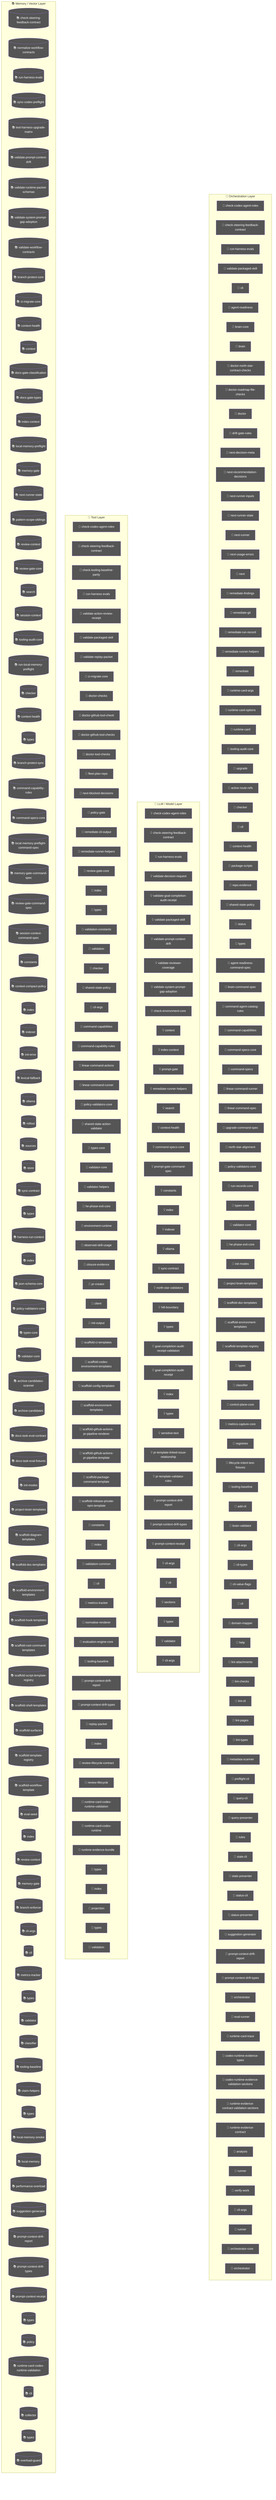
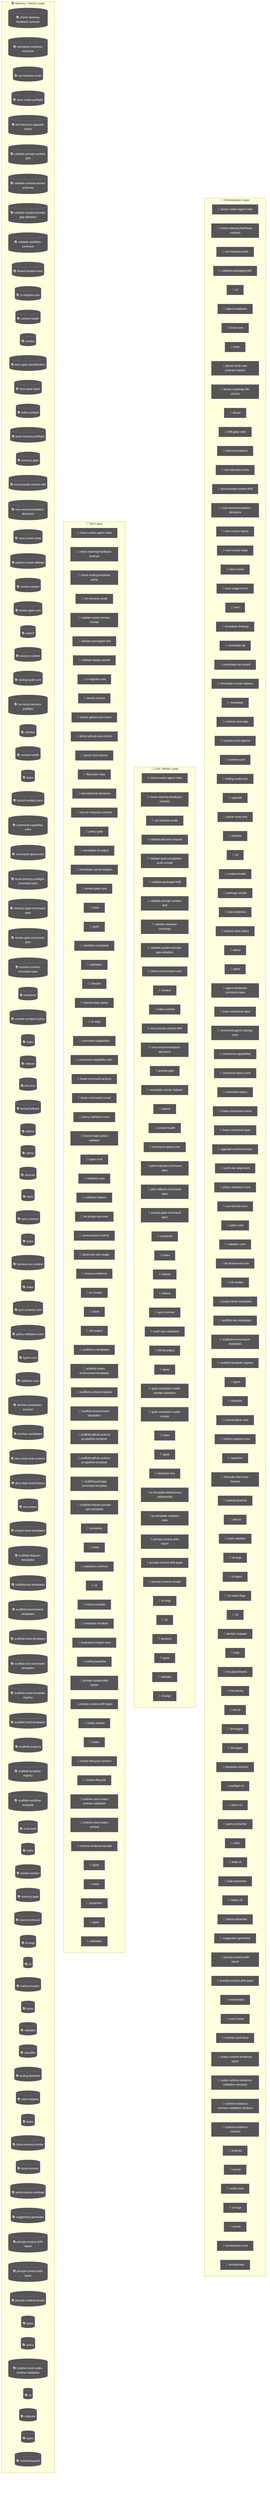
flowchart TD
  subgraph Orchestration["🎯 Orchestration Layer"]
    node_agent_mmd_orchestration_layer_orchestration_chec_7a9f0b64["🤖 check-codex-agent-roles"]
    node_agent_mmd_orchestration_layer_orchestration_chec_7fd47f5c["🤖 check-steering-feedback-contract"]
    node_agent_mmd_orchestration_layer_orchestration_run__18817957["🤖 run-harness-evals"]
    node_agent_mmd_orchestration_layer_orchestration_vali_c01b04be["🤖 validate-packaged-skill"]
    cli_99bb8840["🤖 cli"]
    agent_readiness_c82c68e6["🤖 agent-readiness"]
    brain_core_aa07c380["🤖 brain-core"]
    brain_bbbf7a64["🤖 brain"]
    doctor_north_star_contract_checks_0048124c["🤖 doctor-north-star-contract-checks"]
    doctor_roadmap_file_checks_14447b8e["🤖 doctor-roadmap-file-checks"]
    doctor_72f4be89["🤖 doctor"]
    drift_gate_rules_9685e72d["🤖 drift-gate-rules"]
+     next_cli_evidence_2385bd04["🤖 next-cli-evidence"]
    next_decision_meta_c58bc91b["🤖 next-decision-meta"]
-     next_recommendation_decisions_03315dd4["🤖 next-recommendation-decisions"]
+     node_agent_mmd_orchestration_layer_orchestration_next_bd28cb25["🤖 next-prompt-context-drift"]
+     node_agent_mmd_orchestration_layer_orchestration_next_2419fcae["🤖 next-recommendation-decisions"]
    next_runner_inputs_754dba64["🤖 next-runner-inputs"]
    node_agent_mmd_orchestration_layer_orchestration_next_5393fba1["🤖 next-runner-state"]
    next_runner_41643472["🤖 next-runner"]
    next_usage_errors_837a345a["🤖 next-usage-errors"]
    next_c6c1c9a9["🤖 next"]
    remediate_findings_8b09c8c6["🤖 remediate-findings"]
    remediate_git_58c6f6f4["🤖 remediate-git"]
    remediate_run_record_9dfe5dc1["🤖 remediate-run-record"]
    node_agent_mmd_orchestration_layer_orchestration_reme_359fe98f["🤖 remediate-runner-helpers"]
    remediate_06b9c7fc["🤖 remediate"]
    runtime_card_args_2b3d4b28["🤖 runtime-card-args"]
    runtime_card_options_c9156ad5["🤖 runtime-card-options"]
    runtime_card_e06b53e1["🤖 runtime-card"]
    node_agent_mmd_orchestration_layer_orchestration_tool_acfe0c01["🤖 tooling-audit-core"]
    upgrade_7fef9479["🤖 upgrade"]
    active_route_refs_d7a46846["🤖 active-route-refs"]
    node_agent_mmd_orchestration_layer_orchestration_chec_0550c395["🤖 checker"]
    cli_1_084e05fe["🤖 cli"]
    node_agent_mmd_orchestration_layer_orchestration_cont_61b3b9c9["🤖 context-health"]
    package_scripts_3ee6150f["🤖 package-scripts"]
    repo_evidence_38bb1de5["🤖 repo-evidence"]
    node_agent_mmd_orchestration_layer_orchestration_shar_724ef5f0["🤖 shared-state-policy"]
    status_073c1634["🤖 status"]
    node_agent_mmd_orchestration_layer_orchestration_type_4f906dcc["🤖 types"]
    agent_readiness_command_spec_a30c2c1e["🤖 agent-readiness-command-spec"]
    brain_command_spec_15b122d5["🤖 brain-command-spec"]
    command_agent_catalog_rules_8e06b2af["🤖 command-agent-catalog-rules"]
    node_agent_mmd_orchestration_layer_orchestration_comm_6e41a7f7["🤖 command-capabilities"]
    node_agent_mmd_orchestration_layer_orchestration_comm_1f8cc24c["🤖 command-specs-core"]
    command_specs_69167c63["🤖 command-specs"]
    node_agent_mmd_orchestration_layer_orchestration_line_b67affd5["🤖 linear-command-runner"]
    linear_command_spec_1e12dd44["🤖 linear-command-spec"]
    upgrade_command_spec_03f6c7bd["🤖 upgrade-command-spec"]
    north_star_alignment_00440188["🤖 north-star-alignment"]
    node_agent_mmd_orchestration_layer_orchestration_poli_3270b55d["🤖 policy-validators-core"]
    run_records_core_89286dfa["🤖 run-records-core"]
    node_agent_mmd_orchestration_layer_orchestration_type_7cf81261["🤖 types-core"]
    node_agent_mmd_orchestration_layer_orchestration_vali_d9fe99e6["🤖 validator-core"]
    node_agent_mmd_orchestration_layer_orchestration_he_p_fc778c24["🤖 he-phase-exit-core"]
    node_agent_mmd_orchestration_layer_orchestration_init_2a9c3ecb["🤖 init-modes"]
    node_agent_mmd_orchestration_layer_orchestration_proj_6ab6f60f["🤖 project-brain-templates"]
    node_agent_mmd_orchestration_layer_orchestration_scaf_12cc07db["🤖 scaffold-doc-templates"]
    node_agent_mmd_orchestration_layer_orchestration_scaf_c9a90c2f["🤖 scaffold-environment-templates"]
    node_agent_mmd_orchestration_layer_orchestration_scaf_ff8f92f6["🤖 scaffold-template-registry"]
-     types_16_0fae1112["🤖 types"]
+     types_17_ed30531c["🤖 types"]
    node_agent_mmd_orchestration_layer_orchestration_clas_899b821a["🤖 classifier"]
    control_plane_core_db3b4cb2["🤖 control-plane-core"]
    metrics_capture_core_db4bf7cf["🤖 metrics-capture-core"]
    registries_06402afa["🤖 registries"]
    lifecycle_intent_test_fixtures_a53c7ada["🤖 lifecycle-intent-test-fixtures"]
    node_agent_mmd_orchestration_layer_orchestration_tool_cc43149f["🤖 tooling-baseline"]
    add_cli_7614de25["🤖 add-cli"]
    brain_validator_be251832["🤖 brain-validator"]
    cli_args_8_d546936e["🤖 cli-args"]
    cli_types_1686e858["🤖 cli-types"]
    cli_value_flags_732a8e43["🤖 cli-value-flags"]
    cli_10_35dc8cbd["🤖 cli"]
    domain_mapper_cd9333d2["🤖 domain-mapper"]
    help_106a5842["🤖 help"]
    lint_attachments_873c0632["🤖 lint-attachments"]
    lint_checks_83522b19["🤖 lint-checks"]
    lint_cli_9ec62ec0["🤖 lint-cli"]
    lint_pages_e33301d0["🤖 lint-pages"]
    lint_types_2862c255["🤖 lint-types"]
    metadata_scanner_6a101b66["🤖 metadata-scanner"]
    preflight_cli_5d148379["🤖 preflight-cli"]
    query_cli_b95be64d["🤖 query-cli"]
    query_presenter_02e6077c["🤖 query-presenter"]
    rules_6c621d1a["🤖 rules"]
    stale_cli_64548720["🤖 stale-cli"]
    stale_presenter_1de4e3a2["🤖 stale-presenter"]
    status_cli_4c24a0d6["🤖 status-cli"]
    status_presenter_8de686c1["🤖 status-presenter"]
    node_agent_mmd_orchestration_layer_orchestration_sugg_85c5ebe3["🤖 suggestion-generator"]
    node_agent_mmd_orchestration_layer_orchestration_prom_d17b4de2["🤖 prompt-context-drift-report"]
    node_agent_mmd_orchestration_layer_orchestration_prom_77088997["🤖 prompt-context-drift-types"]
    orchestrator_11376b7e["🤖 orchestrator"]
    eval_runner_0966a6b3["🤖 eval-runner"]
    runtime_card_trace_64a5ca95["🤖 runtime-card-trace"]
    codex_runtime_evidence_types_f55808dd["🤖 codex-runtime-evidence-types"]
    codex_runtime_evidence_validation_sections_6d236b4a["🤖 codex-runtime-evidence-validation-sections"]
    runtime_evidence_contract_validation_sections_1779ca7c["🤖 runtime-evidence-contract-validation-sections"]
    runtime_evidence_contract_0f7b15b2["🤖 runtime-evidence-contract"]
    analysis_f44e85c4["🤖 analysis"]
    runner_527aa9f4["🤖 runner"]
    verify_work_1_cd8e7ec3["🤖 verify-work"]
    cli_args_14_3481043e["🤖 cli-args"]
    runner_1_6f281bf8["🤖 runner"]
    orchestrator_core_d0678b53["🤖 orchestrator-core"]
    orchestrator_1_6b7137c5["🤖 orchestrator"]
  end
  subgraph LLMLayer["🧠 LLM / Model Layer"]
    node_agent_mmd_llm_model_layer_llmlayer_check_codex_a_29e7b7fa["💡 check-codex-agent-roles"]
    node_agent_mmd_llm_model_layer_llmlayer_check_steerin_0e1bf90d["💡 check-steering-feedback-contract"]
    node_agent_mmd_llm_model_layer_llmlayer_run_harness_e_603fcfdc["💡 run-harness-evals"]
    validate_decision_request_2e5c325e["💡 validate-decision-request"]
    validate_goal_completion_audit_receipt_100d252c["💡 validate-goal-completion-audit-receipt"]
    node_agent_mmd_llm_model_layer_llmlayer_validate_pack_2a12e1f4["💡 validate-packaged-skill"]
    node_agent_mmd_llm_model_layer_llmlayer_validate_prom_9880f764["💡 validate-prompt-context-drift"]
    validate_reviewer_coverage_251efee3["💡 validate-reviewer-coverage"]
    node_agent_mmd_llm_model_layer_llmlayer_validate_syst_5636156e["💡 validate-system-prompt-gap-adoption"]
    check_environment_core_2c16213f["💡 check-environment-core"]
    node_agent_mmd_llm_model_layer_llmlayer_context_conte_ad2dfbd9["💡 context"]
    node_agent_mmd_llm_model_layer_llmlayer_index_context_1041bd11["💡 index-context"]
+     node_agent_mmd_llm_model_layer_llmlayer_next_prompt_c_bdfb9c8c["💡 next-prompt-context-drift"]
+     node_agent_mmd_llm_model_layer_llmlayer_next_recommen_b2930791["💡 next-recommendation-decisions"]
    prompt_gate_c5e9d207["💡 prompt-gate"]
    node_agent_mmd_llm_model_layer_llmlayer_remediate_run_9e3d4585["💡 remediate-runner-helpers"]
    node_agent_mmd_llm_model_layer_llmlayer_search_search_66b9a911["💡 search"]
    node_agent_mmd_llm_model_layer_llmlayer_context_healt_cfc0bfa8["💡 context-health"]
    node_agent_mmd_llm_model_layer_llmlayer_command_specs_782af9fa["💡 command-specs-core"]
+     pilot_evaluate_command_spec_1084ea72["💡 pilot-evaluate-command-spec"]
+     pilot_rollback_command_spec_4fe69f7d["💡 pilot-rollback-command-spec"]
    prompt_gate_command_spec_9a941482["💡 prompt-gate-command-spec"]
    node_agent_mmd_llm_model_layer_llmlayer_constants_con_c9bd3f6c["💡 constants"]
    node_agent_mmd_llm_model_layer_llmlayer_index_index_1_02e160ff["💡 index"]
    node_agent_mmd_llm_model_layer_llmlayer_indexer_index_4f4deef5["💡 indexer"]
    node_agent_mmd_llm_model_layer_llmlayer_ollama_ollama_968b23fa["💡 ollama"]
    node_agent_mmd_llm_model_layer_llmlayer_sync_contract_9f3cc8c1["💡 sync-contract"]
    north_star_validators_cfc926ce["💡 north-star-validators"]
    hilt_boundary_9b36fb15["💡 hilt-boundary"]
    types_10_75e5a4a0["💡 types"]
    goal_completion_audit_receipt_validation_9d0f4891["💡 goal-completion-audit-receipt-validation"]
    goal_completion_audit_receipt_5e4939c3["💡 goal-completion-audit-receipt"]
    index_5_522f772a["💡 index"]
    node_agent_mmd_llm_model_layer_llmlayer_constants_con_c9bd3f6c["💡 constants"]
-     types_17_ed30531c["💡 types"]
+     types_18_37582e2a["💡 types"]
    sensitive_text_7c11f760["💡 sensitive-text"]
    pr_template_linked_issue_relationship_a7b61f2c["💡 pr-template-linked-issue-relationship"]
    pr_template_validator_rules_20a32d6b["💡 pr-template-validator-rules"]
    node_agent_mmd_llm_model_layer_llmlayer_index_index_1_02e160ff["💡 index"]
    node_agent_mmd_llm_model_layer_llmlayer_prompt_contex_81f9066a["💡 prompt-context-drift-report"]
    node_agent_mmd_llm_model_layer_llmlayer_prompt_contex_e5066b88["💡 prompt-context-drift-types"]
    node_agent_mmd_llm_model_layer_llmlayer_index_index_1_02e160ff["💡 index"]
    node_agent_mmd_llm_model_layer_llmlayer_prompt_contex_6426acc2["💡 prompt-context-receipt"]
    cli_args_9_9c136878["💡 cli-args"]
    cli_11_338a8415["💡 cli"]
    sections_4697ef32["💡 sections"]
-     types_27_4d134744["💡 types"]
+     types_28_4476fcc6["💡 types"]
    validator_7_f836eb0e["💡 validator"]
    cli_args_10_861cdd3f["💡 cli-args"]
  end
  subgraph ToolLayer["🔧 Tool Layer"]
    node_agent_mmd_tool_layer_toollayer_check_codex_agent_4b361d5a["🔧 check-codex-agent-roles"]
    node_agent_mmd_tool_layer_toollayer_check_steering_fe_eafecf3a["🔧 check-steering-feedback-contract"]
    check_tooling_baseline_parity_3124b30a["🔧 check-tooling-baseline-parity"]
    node_agent_mmd_tool_layer_toollayer_run_harness_evals_e2ee24f1["🔧 run-harness-evals"]
    validate_action_review_receipt_fa2f06c3["🔧 validate-action-review-receipt"]
    node_agent_mmd_tool_layer_toollayer_validate_packaged_2855c827["🔧 validate-packaged-skill"]
    validate_replay_packet_f309747e["🔧 validate-replay-packet"]
    node_agent_mmd_tool_layer_toollayer_ci_migrate_core_c_049f8460["🔧 ci-migrate-core"]
    doctor_checks_5a2eb2b9["🔧 doctor-checks"]
    doctor_github_tool_check_e0a938df["🔧 doctor-github-tool-check"]
    doctor_github_tool_checks_a53b0382["🔧 doctor-github-tool-checks"]
    doctor_tool_checks_4acac51a["🔧 doctor-tool-checks"]
    fleet_plan_repo_ecdc6499["🔧 fleet-plan-repo"]
    next_blocked_decisions_4140ad2b["🔧 next-blocked-decisions"]
+     next_pr_closeout_contract_af31d30a["🔧 next-pr-closeout-contract"]
    policy_gate_213f7313["🔧 policy-gate"]
    remediate_cli_output_cc165396["🔧 remediate-cli-output"]
    node_agent_mmd_tool_layer_toollayer_remediate_runner__c003b871["🔧 remediate-runner-helpers"]
    node_agent_mmd_tool_layer_toollayer_review_gate_core__7704598b["🔧 review-gate-core"]
    index_1bc04b52["🔧 index"]
    types_1_4ecdf56e["🔧 types"]
    validation_constants_e002a0f6["🔧 validation-constants"]
    validation_98c41dcd["🔧 validation"]
    node_agent_mmd_tool_layer_toollayer_checker_checker_2_453d593b["🔧 checker"]
    node_agent_mmd_tool_layer_toollayer_shared_state_poli_53734acd["🔧 shared-state-policy"]
    cli_args_1_6144b055["🔧 cli-args"]
    node_agent_mmd_tool_layer_toollayer_command_capabilit_7fe13db1["🔧 command-capabilities"]
    node_agent_mmd_tool_layer_toollayer_command_capabilit_e97a4615["🔧 command-capability-rules"]
    linear_command_actions_e430f4f4["🔧 linear-command-actions"]
    node_agent_mmd_tool_layer_toollayer_linear_command_ru_d6763748["🔧 linear-command-runner"]
    node_agent_mmd_tool_layer_toollayer_policy_validators_af136abf["🔧 policy-validators-core"]
    shared_state_action_validator_e7b128cd["🔧 shared-state-action-validator"]
    node_agent_mmd_tool_layer_toollayer_types_core_types__6c8319b6["🔧 types-core"]
    node_agent_mmd_tool_layer_toollayer_validator_core_va_6ef6131f["🔧 validator-core"]
    validator_helpers_7b927667["🔧 validator-helpers"]
    node_agent_mmd_tool_layer_toollayer_he_phase_exit_cor_af016160["🔧 he-phase-exit-core"]
    environment_runtime_3206f0a8["🔧 environment-runtime"]
    observed_skill_usage_ed7d5930["🔧 observed-skill-usage"]
    closure_evidence_aaa31467["🔧 closure-evidence"]
    pr_creator_dc6b1ea4["🔧 pr-creator"]
    client_948fe603["🔧 client"]
    init_output_360dce91["🔧 init-output"]
    scaffold_ci_templates_2afd6392["🔧 scaffold-ci-templates"]
    scaffold_codex_environment_templates_334fbbed["🔧 scaffold-codex-environment-templates"]
    scaffold_config_templates_4b80ce53["🔧 scaffold-config-templates"]
    node_agent_mmd_tool_layer_toollayer_scaffold_environm_c1afc013["🔧 scaffold-environment-templates"]
    scaffold_github_actions_pr_pipeline_renderer_1ee18de5["🔧 scaffold-github-actions-pr-pipeline-renderer"]
    scaffold_github_actions_pr_pipeline_template_e2b85f62["🔧 scaffold-github-actions-pr-pipeline-template"]
    scaffold_package_command_template_80e32e83["🔧 scaffold-package-command-template"]
    scaffold_release_private_npm_template_075499f8["🔧 scaffold-release-private-npm-template"]
    node_agent_mmd_tool_layer_toollayer_constants_constan_9d71b829["🔧 constants"]
    index_9_32dd4d91["🔧 index"]
    validation_common_6161e48b["🔧 validation-common"]
    node_agent_mmd_tool_layer_toollayer_cli_cli_2_1_32d9eeaf["🔧 cli"]
    node_agent_mmd_tool_layer_toollayer_metrics_tracker_m_4c9237d8["🔧 metrics-tracker"]
    normalise_renderer_85f2e563["🔧 normalise-renderer"]
    evaluation_engine_core_e054fe49["🔧 evaluation-engine-core"]
    node_agent_mmd_tool_layer_toollayer_tooling_baseline__61e66e9f["🔧 tooling-baseline"]
    node_agent_mmd_tool_layer_toollayer_prompt_context_dr_a2772f2b["🔧 prompt-context-drift-report"]
    node_agent_mmd_tool_layer_toollayer_prompt_context_dr_bd82da46["🔧 prompt-context-drift-types"]
    replay_packet_a1293f88["🔧 replay-packet"]
    index_14_d982116c["🔧 index"]
    review_lifecycle_contract_e5447221["🔧 review-lifecycle-contract"]
    review_lifecycle_89afa64c["🔧 review-lifecycle"]
    node_agent_mmd_tool_layer_toollayer_runtime_card_code_3636ceac["🔧 runtime-card-codex-runtime-validation"]
    runtime_card_codex_runtime_0655e230["🔧 runtime-card-codex-runtime"]
    runtime_evidence_bundle_d471a232["🔧 runtime-evidence-bundle"]
-     types_36_674380ec["🔧 types"]
+     types_37_32ccf9f9["🔧 types"]
    index_17_642943a2["🔧 index"]
    projection_1b250ea1["🔧 projection"]
-     types_38_e8efcd57["🔧 types"]
-     validation_7_c4e6d8b6["🔧 validation"]
+     types_39_d07de160["🔧 types"]
+     validation_8_b9fa10af["🔧 validation"]
  end
  subgraph MemoryLayer["📚 Memory / Vector Layer"]
    node_agent_mmd_memory_vector_layer_memorylayer_check__64c86928[("📚 check-steering-feedback-contract")]
    normalize_workflow_contracts_8701f1c8[("📚 normalize-workflow-contracts")]
    node_agent_mmd_memory_vector_layer_memorylayer_run_ha_5b637d0d[("📚 run-harness-evals")]
    sync_codex_preflight_7e7a8dc2[("📚 sync-codex-preflight")]
    test_harness_upgrade_matrix_84113c4e[("📚 test-harness-upgrade-matrix")]
    node_agent_mmd_memory_vector_layer_memorylayer_valida_c52c4db8[("📚 validate-prompt-context-drift")]
    validate_runtime_packet_schemas_bc3ba8ec[("📚 validate-runtime-packet-schemas")]
    node_agent_mmd_memory_vector_layer_memorylayer_valida_db599a97[("📚 validate-system-prompt-gap-adoption")]
    validate_workflow_contracts_33dc063c[("📚 validate-workflow-contracts")]
    branch_protect_core_a8feb0fd[("📚 branch-protect-core")]
    node_agent_mmd_memory_vector_layer_memorylayer_ci_mig_0cd5b1a4[("📚 ci-migrate-core")]
    context_health_80bb7da9[("📚 context-health")]
    node_agent_mmd_memory_vector_layer_memorylayer_contex_78ceaaa9[("📚 context")]
    docs_gate_classification_2f51c90b[("📚 docs-gate-classification")]
    docs_gate_types_d285abb6[("📚 docs-gate-types")]
    node_agent_mmd_memory_vector_layer_memorylayer_index__6f3402d0[("📚 index-context")]
    local_memory_preflight_dcc36c42[("📚 local-memory-preflight")]
    memory_gate_a577a506[("📚 memory-gate")]
+     node_agent_mmd_memory_vector_layer_memorylayer_next_p_25a3d4ff[("📚 next-prompt-context-drift")]
+     node_agent_mmd_memory_vector_layer_memorylayer_next_r_ef64c9f9[("📚 next-recommendation-decisions")]
    node_agent_mmd_memory_vector_layer_memorylayer_next_r_7feb80cc[("📚 next-runner-state")]
    pattern_scope_siblings_43abe000[("📚 pattern-scope-siblings")]
    review_context_ca6cf81d[("📚 review-context")]
    node_agent_mmd_memory_vector_layer_memorylayer_review_5bee9816[("📚 review-gate-core")]
    node_agent_mmd_memory_vector_layer_memorylayer_search_ac35cb7e[("📚 search")]
    session_context_e5ec72c0[("📚 session-context")]
    node_agent_mmd_memory_vector_layer_memorylayer_toolin_a1185b8f[("📚 tooling-audit-core")]
    run_local_memory_preflight_36e92808[("📚 run-local-memory-preflight")]
    node_agent_mmd_memory_vector_layer_memorylayer_checke_a583eb4f[("📚 checker")]
    node_agent_mmd_memory_vector_layer_memorylayer_contex_3204aa0e[("📚 context-health")]
    node_agent_mmd_memory_vector_layer_memorylayer_types__9ad640a0[("📚 types")]
    branch_protect_sync_570adb18[("📚 branch-protect-sync")]
    node_agent_mmd_memory_vector_layer_memorylayer_comman_c72a5d05[("📚 command-capability-rules")]
    node_agent_mmd_memory_vector_layer_memorylayer_comman_111eb454[("📚 command-specs-core")]
    local_memory_preflight_command_spec_9e23f3ce[("📚 local-memory-preflight-command-spec")]
    memory_gate_command_spec_dc9001a9[("📚 memory-gate-command-spec")]
    review_gate_command_spec_3187376a[("📚 review-gate-command-spec")]
    session_context_command_spec_973afbb1[("📚 session-context-command-spec")]
    node_agent_mmd_memory_vector_layer_memorylayer_consta_702d3f46[("📚 constants")]
    context_compact_policy_3dcaf95d[("📚 context-compact-policy")]
    node_agent_mmd_memory_vector_layer_memorylayer_index__752bc61e[("📚 index")]
    node_agent_mmd_memory_vector_layer_memorylayer_indexe_93e6d86f[("📚 indexer")]
    init_error_5c7dd49f[("📚 init-error")]
    lexical_fallback_723e2b3e[("📚 lexical-fallback")]
    node_agent_mmd_memory_vector_layer_memorylayer_ollama_6d51be16[("📚 ollama")]
    rollout_a4fa034c[("📚 rollout")]
    sources_878a52fc[("📚 sources")]
    store_824d80d7[("📚 store")]
    node_agent_mmd_memory_vector_layer_memorylayer_sync_c_e43418bc[("📚 sync-contract")]
    types_8_f6283648[("📚 types")]
    harness_run_context_ac7c77a9[("📚 harness-run-context")]
    index_4_013aa0e3[("📚 index")]
    json_schema_core_96d7e328[("📚 json-schema-core")]
    node_agent_mmd_memory_vector_layer_memorylayer_policy_1944de42[("📚 policy-validators-core")]
    node_agent_mmd_memory_vector_layer_memorylayer_types__83f369fa[("📚 types-core")]
    node_agent_mmd_memory_vector_layer_memorylayer_valida_41034356[("📚 validator-core")]
    archive_candidates_scanner_d0931789[("📚 archive-candidates-scanner")]
    archive_candidates_dc0e40e1[("📚 archive-candidates")]
    docs_task_eval_contract_79347457[("📚 docs-task-eval-contract")]
    docs_task_eval_fixtures_44902755[("📚 docs-task-eval-fixtures")]
    node_agent_mmd_memory_vector_layer_memorylayer_init_m_333d02c5[("📚 init-modes")]
    node_agent_mmd_memory_vector_layer_memorylayer_projec_3ae304d9[("📚 project-brain-templates")]
    scaffold_diagram_templates_dd88e83c[("📚 scaffold-diagram-templates")]
    node_agent_mmd_memory_vector_layer_memorylayer_scaffo_5fd73b94[("📚 scaffold-doc-templates")]
    node_agent_mmd_memory_vector_layer_memorylayer_scaffo_12b42341[("📚 scaffold-environment-templates")]
    scaffold_hook_templates_8c74ab50[("📚 scaffold-hook-templates")]
    scaffold_root_command_templates_404fed7f[("📚 scaffold-root-command-templates")]
    scaffold_script_template_registry_69312d4e[("📚 scaffold-script-template-registry")]
    scaffold_shell_templates_0ad0f915[("📚 scaffold-shell-templates")]
    scaffold_surfaces_12d6494e[("📚 scaffold-surfaces")]
    node_agent_mmd_memory_vector_layer_memorylayer_scaffo_a86eece1[("📚 scaffold-template-registry")]
    scaffold_workflow_template_92310587[("📚 scaffold-workflow-template")]
    eval_seed_5699fd3e[("📚 eval-seed")]
    index_10_f6785a46[("📚 index")]
    review_context_1_e3afed15[("📚 review-context")]
    memory_gate_1_265164ac[("📚 memory-gate")]
    branch_enforcer_acb749cd[("📚 branch-enforcer")]
    cli_args_5_09ea29f0[("📚 cli-args")]
    node_agent_mmd_memory_vector_layer_memorylayer_cli_cl_1f1f89ab[("📚 cli")]
    node_agent_mmd_memory_vector_layer_memorylayer_metric_12562178[("📚 metrics-tracker")]
-     types_19_eb4ad5f0[("📚 types")]
+     types_20_071a0112[("📚 types")]
    validator_5_b19ac2be[("📚 validator")]
    node_agent_mmd_memory_vector_layer_memorylayer_classi_1ebbf5ff[("📚 classifier")]
    node_agent_mmd_memory_vector_layer_memorylayer_toolin_14f86b00[("📚 tooling-baseline")]
    claim_helpers_20dc8387[("📚 claim-helpers")]
-     types_24_c63dc1a7[("📚 types")]
+     types_25_89d086aa[("📚 types")]
    local_memory_smoke_1175abfc[("📚 local-memory-smoke")]
    local_memory_0db17ecc[("📚 local-memory")]
    performance_overload_c685bfcf[("📚 performance-overload")]
    node_agent_mmd_memory_vector_layer_memorylayer_sugges_267f408d[("📚 suggestion-generator")]
    node_agent_mmd_memory_vector_layer_memorylayer_index__752bc61e[("📚 index")]
    node_agent_mmd_memory_vector_layer_memorylayer_prompt_ae34fc43[("📚 prompt-context-drift-report")]
    node_agent_mmd_memory_vector_layer_memorylayer_prompt_efd77624[("📚 prompt-context-drift-types")]
    node_agent_mmd_memory_vector_layer_memorylayer_index__752bc61e[("📚 index")]
    node_agent_mmd_memory_vector_layer_memorylayer_prompt_55c0d605[("📚 prompt-context-receipt")]
-     types_31_eb363e20[("📚 types")]
+     types_32_bfe791ff[("📚 types")]
    policy_1_fc4198db[("📚 policy")]
    node_agent_mmd_memory_vector_layer_memorylayer_runtim_a5d23e7f[("📚 runtime-card-codex-runtime-validation")]
    cli_12_01c06c37[("📚 cli")]
    collector_0736fd5b[("📚 collector")]
-     types_34_85e6a0bb[("📚 types")]
+     types_35_93e66c64[("📚 types")]
    overload_guard_2748c559[("📚 overload-guard")]
  end
  classDef agentNode fill:#555,color:#fff
-   class node_agent_mmd_orchestration_layer_orchestration_chec_7a9f0b64,node_agent_mmd_llm_model_layer_llmlayer_check_codex_a_29e7b7fa,node_agent_mmd_tool_layer_toollayer_check_codex_agent_4b361d5a,node_agent_mmd_orchestration_layer_orchestration_chec_7fd47f5c,node_agent_mmd_llm_model_layer_llmlayer_check_steerin_0e1bf90d,node_agent_mmd_tool_layer_toollayer_check_steering_fe_eafecf3a,node_agent_mmd_memory_vector_layer_memorylayer_check__64c86928,node_agent_mmd_orchestration_layer_orchestration_run__18817957,node_agent_mmd_llm_model_layer_llmlayer_run_harness_e_603fcfdc,node_agent_mmd_tool_layer_toollayer_run_harness_evals_e2ee24f1,node_agent_mmd_memory_vector_layer_memorylayer_run_ha_5b637d0d,node_agent_mmd_orchestration_layer_orchestration_vali_c01b04be,node_agent_mmd_llm_model_layer_llmlayer_validate_pack_2a12e1f4,node_agent_mmd_tool_layer_toollayer_validate_packaged_2855c827,cli_99bb8840,agent_readiness_c82c68e6,brain_core_aa07c380,brain_bbbf7a64,doctor_north_star_contract_checks_0048124c,doctor_roadmap_file_checks_14447b8e,doctor_72f4be89,drift_gate_rules_9685e72d,next_decision_meta_c58bc91b,next_recommendation_decisions_03315dd4,next_runner_inputs_754dba64,node_agent_mmd_orchestration_layer_orchestration_next_5393fba1,node_agent_mmd_memory_vector_layer_memorylayer_next_r_7feb80cc,next_runner_41643472,next_usage_errors_837a345a,next_c6c1c9a9,remediate_findings_8b09c8c6,remediate_git_58c6f6f4,remediate_run_record_9dfe5dc1,node_agent_mmd_orchestration_layer_orchestration_reme_359fe98f,node_agent_mmd_llm_model_layer_llmlayer_remediate_run_9e3d4585,node_agent_mmd_tool_layer_toollayer_remediate_runner__c003b871,remediate_06b9c7fc,runtime_card_args_2b3d4b28,runtime_card_options_c9156ad5,runtime_card_e06b53e1,node_agent_mmd_orchestration_layer_orchestration_tool_acfe0c01,node_agent_mmd_memory_vector_layer_memorylayer_toolin_a1185b8f,upgrade_7fef9479,active_route_refs_d7a46846,node_agent_mmd_orchestration_layer_orchestration_chec_0550c395,node_agent_mmd_tool_layer_toollayer_checker_checker_2_453d593b,node_agent_mmd_memory_vector_layer_memorylayer_checke_a583eb4f,cli_1_084e05fe,node_agent_mmd_orchestration_layer_orchestration_cont_61b3b9c9,node_agent_mmd_llm_model_layer_llmlayer_context_healt_cfc0bfa8,node_agent_mmd_memory_vector_layer_memorylayer_contex_3204aa0e,package_scripts_3ee6150f,repo_evidence_38bb1de5,node_agent_mmd_orchestration_layer_orchestration_shar_724ef5f0,node_agent_mmd_tool_layer_toollayer_shared_state_poli_53734acd,status_073c1634,node_agent_mmd_orchestration_layer_orchestration_type_4f906dcc,node_agent_mmd_memory_vector_layer_memorylayer_types__9ad640a0,agent_readiness_command_spec_a30c2c1e,brain_command_spec_15b122d5,command_agent_catalog_rules_8e06b2af,node_agent_mmd_orchestration_layer_orchestration_comm_6e41a7f7,node_agent_mmd_tool_layer_toollayer_command_capabilit_7fe13db1,node_agent_mmd_orchestration_layer_orchestration_comm_1f8cc24c,node_agent_mmd_llm_model_layer_llmlayer_command_specs_782af9fa,node_agent_mmd_memory_vector_layer_memorylayer_comman_111eb454,command_specs_69167c63,node_agent_mmd_orchestration_layer_orchestration_line_b67affd5,node_agent_mmd_tool_layer_toollayer_linear_command_ru_d6763748,linear_command_spec_1e12dd44,upgrade_command_spec_03f6c7bd,north_star_alignment_00440188,node_agent_mmd_orchestration_layer_orchestration_poli_3270b55d,node_agent_mmd_tool_layer_toollayer_policy_validators_af136abf,node_agent_mmd_memory_vector_layer_memorylayer_policy_1944de42,run_records_core_89286dfa,node_agent_mmd_orchestration_layer_orchestration_type_7cf81261,node_agent_mmd_tool_layer_toollayer_types_core_types__6c8319b6,node_agent_mmd_memory_vector_layer_memorylayer_types__83f369fa,node_agent_mmd_orchestration_layer_orchestration_vali_d9fe99e6,node_agent_mmd_tool_layer_toollayer_validator_core_va_6ef6131f,node_agent_mmd_memory_vector_layer_memorylayer_valida_41034356,node_agent_mmd_orchestration_layer_orchestration_he_p_fc778c24,node_agent_mmd_tool_layer_toollayer_he_phase_exit_cor_af016160,node_agent_mmd_orchestration_layer_orchestration_init_2a9c3ecb,node_agent_mmd_memory_vector_layer_memorylayer_init_m_333d02c5,node_agent_mmd_orchestration_layer_orchestration_proj_6ab6f60f,node_agent_mmd_memory_vector_layer_memorylayer_projec_3ae304d9,node_agent_mmd_orchestration_layer_orchestration_scaf_12cc07db,node_agent_mmd_memory_vector_layer_memorylayer_scaffo_5fd73b94,node_agent_mmd_orchestration_layer_orchestration_scaf_c9a90c2f,node_agent_mmd_tool_layer_toollayer_scaffold_environm_c1afc013,node_agent_mmd_memory_vector_layer_memorylayer_scaffo_12b42341,node_agent_mmd_orchestration_layer_orchestration_scaf_ff8f92f6,node_agent_mmd_memory_vector_layer_memorylayer_scaffo_a86eece1,types_16_0fae1112,node_agent_mmd_orchestration_layer_orchestration_clas_899b821a,node_agent_mmd_memory_vector_layer_memorylayer_classi_1ebbf5ff,control_plane_core_db3b4cb2,metrics_capture_core_db4bf7cf,registries_06402afa,lifecycle_intent_test_fixtures_a53c7ada,node_agent_mmd_orchestration_layer_orchestration_tool_cc43149f,node_agent_mmd_tool_layer_toollayer_tooling_baseline__61e66e9f,node_agent_mmd_memory_vector_layer_memorylayer_toolin_14f86b00,add_cli_7614de25,brain_validator_be251832,cli_args_8_d546936e,cli_types_1686e858,cli_value_flags_732a8e43,cli_10_35dc8cbd,domain_mapper_cd9333d2,help_106a5842,lint_attachments_873c0632,lint_checks_83522b19,lint_cli_9ec62ec0,lint_pages_e33301d0,lint_types_2862c255,metadata_scanner_6a101b66,preflight_cli_5d148379,query_cli_b95be64d,query_presenter_02e6077c,rules_6c621d1a,stale_cli_64548720,stale_presenter_1de4e3a2,status_cli_4c24a0d6,status_presenter_8de686c1,node_agent_mmd_orchestration_layer_orchestration_sugg_85c5ebe3,node_agent_mmd_memory_vector_layer_memorylayer_sugges_267f408d,node_agent_mmd_orchestration_layer_orchestration_prom_d17b4de2,node_agent_mmd_llm_model_layer_llmlayer_prompt_contex_81f9066a,node_agent_mmd_tool_layer_toollayer_prompt_context_dr_a2772f2b,node_agent_mmd_memory_vector_layer_memorylayer_prompt_ae34fc43,node_agent_mmd_orchestration_layer_orchestration_prom_77088997,node_agent_mmd_llm_model_layer_llmlayer_prompt_contex_e5066b88,node_agent_mmd_tool_layer_toollayer_prompt_context_dr_bd82da46,node_agent_mmd_memory_vector_layer_memorylayer_prompt_efd77624,orchestrator_11376b7e,eval_runner_0966a6b3,runtime_card_trace_64a5ca95,codex_runtime_evidence_types_f55808dd,codex_runtime_evidence_validation_sections_6d236b4a,runtime_evidence_contract_validation_sections_1779ca7c,runtime_evidence_contract_0f7b15b2,analysis_f44e85c4,runner_527aa9f4,verify_work_1_cd8e7ec3,cli_args_14_3481043e,runner_1_6f281bf8,orchestrator_core_d0678b53,orchestrator_1_6b7137c5 agentNode
+   class node_agent_mmd_orchestration_layer_orchestration_chec_7a9f0b64,node_agent_mmd_llm_model_layer_llmlayer_check_codex_a_29e7b7fa,node_agent_mmd_tool_layer_toollayer_check_codex_agent_4b361d5a,node_agent_mmd_orchestration_layer_orchestration_chec_7fd47f5c,node_agent_mmd_llm_model_layer_llmlayer_check_steerin_0e1bf90d,node_agent_mmd_tool_layer_toollayer_check_steering_fe_eafecf3a,node_agent_mmd_memory_vector_layer_memorylayer_check__64c86928,node_agent_mmd_orchestration_layer_orchestration_run__18817957,node_agent_mmd_llm_model_layer_llmlayer_run_harness_e_603fcfdc,node_agent_mmd_tool_layer_toollayer_run_harness_evals_e2ee24f1,node_agent_mmd_memory_vector_layer_memorylayer_run_ha_5b637d0d,node_agent_mmd_orchestration_layer_orchestration_vali_c01b04be,node_agent_mmd_llm_model_layer_llmlayer_validate_pack_2a12e1f4,node_agent_mmd_tool_layer_toollayer_validate_packaged_2855c827,cli_99bb8840,agent_readiness_c82c68e6,brain_core_aa07c380,brain_bbbf7a64,doctor_north_star_contract_checks_0048124c,doctor_roadmap_file_checks_14447b8e,doctor_72f4be89,drift_gate_rules_9685e72d,next_cli_evidence_2385bd04,next_decision_meta_c58bc91b,node_agent_mmd_orchestration_layer_orchestration_next_bd28cb25,node_agent_mmd_llm_model_layer_llmlayer_next_prompt_c_bdfb9c8c,node_agent_mmd_memory_vector_layer_memorylayer_next_p_25a3d4ff,node_agent_mmd_orchestration_layer_orchestration_next_2419fcae,node_agent_mmd_llm_model_layer_llmlayer_next_recommen_b2930791,node_agent_mmd_memory_vector_layer_memorylayer_next_r_ef64c9f9,next_runner_inputs_754dba64,node_agent_mmd_orchestration_layer_orchestration_next_5393fba1,node_agent_mmd_memory_vector_layer_memorylayer_next_r_7feb80cc,next_runner_41643472,next_usage_errors_837a345a,next_c6c1c9a9,remediate_findings_8b09c8c6,remediate_git_58c6f6f4,remediate_run_record_9dfe5dc1,node_agent_mmd_orchestration_layer_orchestration_reme_359fe98f,node_agent_mmd_llm_model_layer_llmlayer_remediate_run_9e3d4585,node_agent_mmd_tool_layer_toollayer_remediate_runner__c003b871,remediate_06b9c7fc,runtime_card_args_2b3d4b28,runtime_card_options_c9156ad5,runtime_card_e06b53e1,node_agent_mmd_orchestration_layer_orchestration_tool_acfe0c01,node_agent_mmd_memory_vector_layer_memorylayer_toolin_a1185b8f,upgrade_7fef9479,active_route_refs_d7a46846,node_agent_mmd_orchestration_layer_orchestration_chec_0550c395,node_agent_mmd_tool_layer_toollayer_checker_checker_2_453d593b,node_agent_mmd_memory_vector_layer_memorylayer_checke_a583eb4f,cli_1_084e05fe,node_agent_mmd_orchestration_layer_orchestration_cont_61b3b9c9,node_agent_mmd_llm_model_layer_llmlayer_context_healt_cfc0bfa8,node_agent_mmd_memory_vector_layer_memorylayer_contex_3204aa0e,package_scripts_3ee6150f,repo_evidence_38bb1de5,node_agent_mmd_orchestration_layer_orchestration_shar_724ef5f0,node_agent_mmd_tool_layer_toollayer_shared_state_poli_53734acd,status_073c1634,node_agent_mmd_orchestration_layer_orchestration_type_4f906dcc,node_agent_mmd_memory_vector_layer_memorylayer_types__9ad640a0,agent_readiness_command_spec_a30c2c1e,brain_command_spec_15b122d5,command_agent_catalog_rules_8e06b2af,node_agent_mmd_orchestration_layer_orchestration_comm_6e41a7f7,node_agent_mmd_tool_layer_toollayer_command_capabilit_7fe13db1,node_agent_mmd_orchestration_layer_orchestration_comm_1f8cc24c,node_agent_mmd_llm_model_layer_llmlayer_command_specs_782af9fa,node_agent_mmd_memory_vector_layer_memorylayer_comman_111eb454,command_specs_69167c63,node_agent_mmd_orchestration_layer_orchestration_line_b67affd5,node_agent_mmd_tool_layer_toollayer_linear_command_ru_d6763748,linear_command_spec_1e12dd44,upgrade_command_spec_03f6c7bd,north_star_alignment_00440188,node_agent_mmd_orchestration_layer_orchestration_poli_3270b55d,node_agent_mmd_tool_layer_toollayer_policy_validators_af136abf,node_agent_mmd_memory_vector_layer_memorylayer_policy_1944de42,run_records_core_89286dfa,node_agent_mmd_orchestration_layer_orchestration_type_7cf81261,node_agent_mmd_tool_layer_toollayer_types_core_types__6c8319b6,node_agent_mmd_memory_vector_layer_memorylayer_types__83f369fa,node_agent_mmd_orchestration_layer_orchestration_vali_d9fe99e6,node_agent_mmd_tool_layer_toollayer_validator_core_va_6ef6131f,node_agent_mmd_memory_vector_layer_memorylayer_valida_41034356,node_agent_mmd_orchestration_layer_orchestration_he_p_fc778c24,node_agent_mmd_tool_layer_toollayer_he_phase_exit_cor_af016160,node_agent_mmd_orchestration_layer_orchestration_init_2a9c3ecb,node_agent_mmd_memory_vector_layer_memorylayer_init_m_333d02c5,node_agent_mmd_orchestration_layer_orchestration_proj_6ab6f60f,node_agent_mmd_memory_vector_layer_memorylayer_projec_3ae304d9,node_agent_mmd_orchestration_layer_orchestration_scaf_12cc07db,node_agent_mmd_memory_vector_layer_memorylayer_scaffo_5fd73b94,node_agent_mmd_orchestration_layer_orchestration_scaf_c9a90c2f,node_agent_mmd_tool_layer_toollayer_scaffold_environm_c1afc013,node_agent_mmd_memory_vector_layer_memorylayer_scaffo_12b42341,node_agent_mmd_orchestration_layer_orchestration_scaf_ff8f92f6,node_agent_mmd_memory_vector_layer_memorylayer_scaffo_a86eece1,types_17_ed30531c,node_agent_mmd_orchestration_layer_orchestration_clas_899b821a,node_agent_mmd_memory_vector_layer_memorylayer_classi_1ebbf5ff,control_plane_core_db3b4cb2,metrics_capture_core_db4bf7cf,registries_06402afa,lifecycle_intent_test_fixtures_a53c7ada,node_agent_mmd_orchestration_layer_orchestration_tool_cc43149f,node_agent_mmd_tool_layer_toollayer_tooling_baseline__61e66e9f,node_agent_mmd_memory_vector_layer_memorylayer_toolin_14f86b00,add_cli_7614de25,brain_validator_be251832,cli_args_8_d546936e,cli_types_1686e858,cli_value_flags_732a8e43,cli_10_35dc8cbd,domain_mapper_cd9333d2,help_106a5842,lint_attachments_873c0632,lint_checks_83522b19,lint_cli_9ec62ec0,lint_pages_e33301d0,lint_types_2862c255,metadata_scanner_6a101b66,preflight_cli_5d148379,query_cli_b95be64d,query_presenter_02e6077c,rules_6c621d1a,stale_cli_64548720,stale_presenter_1de4e3a2,status_cli_4c24a0d6,status_presenter_8de686c1,node_agent_mmd_orchestration_layer_orchestration_sugg_85c5ebe3,node_agent_mmd_memory_vector_layer_memorylayer_sugges_267f408d,node_agent_mmd_orchestration_layer_orchestration_prom_d17b4de2,node_agent_mmd_llm_model_layer_llmlayer_prompt_contex_81f9066a,node_agent_mmd_tool_layer_toollayer_prompt_context_dr_a2772f2b,node_agent_mmd_memory_vector_layer_memorylayer_prompt_ae34fc43,node_agent_mmd_orchestration_layer_orchestration_prom_77088997,node_agent_mmd_llm_model_layer_llmlayer_prompt_contex_e5066b88,node_agent_mmd_tool_layer_toollayer_prompt_context_dr_bd82da46,node_agent_mmd_memory_vector_layer_memorylayer_prompt_efd77624,orchestrator_11376b7e,eval_runner_0966a6b3,runtime_card_trace_64a5ca95,codex_runtime_evidence_types_f55808dd,codex_runtime_evidence_validation_sections_6d236b4a,runtime_evidence_contract_validation_sections_1779ca7c,runtime_evidence_contract_0f7b15b2,analysis_f44e85c4,runner_527aa9f4,verify_work_1_cd8e7ec3,cli_args_14_3481043e,runner_1_6f281bf8,orchestrator_core_d0678b53,orchestrator_1_6b7137c5 agentNode
  classDef llmNode fill:#555,color:#fff
-   class node_agent_mmd_orchestration_layer_orchestration_chec_7a9f0b64,node_agent_mmd_llm_model_layer_llmlayer_check_codex_a_29e7b7fa,node_agent_mmd_tool_layer_toollayer_check_codex_agent_4b361d5a,node_agent_mmd_orchestration_layer_orchestration_chec_7fd47f5c,node_agent_mmd_llm_model_layer_llmlayer_check_steerin_0e1bf90d,node_agent_mmd_tool_layer_toollayer_check_steering_fe_eafecf3a,node_agent_mmd_memory_vector_layer_memorylayer_check__64c86928,node_agent_mmd_orchestration_layer_orchestration_run__18817957,node_agent_mmd_llm_model_layer_llmlayer_run_harness_e_603fcfdc,node_agent_mmd_tool_layer_toollayer_run_harness_evals_e2ee24f1,node_agent_mmd_memory_vector_layer_memorylayer_run_ha_5b637d0d,validate_decision_request_2e5c325e,validate_goal_completion_audit_receipt_100d252c,node_agent_mmd_orchestration_layer_orchestration_vali_c01b04be,node_agent_mmd_llm_model_layer_llmlayer_validate_pack_2a12e1f4,node_agent_mmd_tool_layer_toollayer_validate_packaged_2855c827,node_agent_mmd_llm_model_layer_llmlayer_validate_prom_9880f764,node_agent_mmd_memory_vector_layer_memorylayer_valida_c52c4db8,validate_reviewer_coverage_251efee3,node_agent_mmd_llm_model_layer_llmlayer_validate_syst_5636156e,node_agent_mmd_memory_vector_layer_memorylayer_valida_db599a97,check_environment_core_2c16213f,node_agent_mmd_llm_model_layer_llmlayer_context_conte_ad2dfbd9,node_agent_mmd_memory_vector_layer_memorylayer_contex_78ceaaa9,node_agent_mmd_llm_model_layer_llmlayer_index_context_1041bd11,node_agent_mmd_memory_vector_layer_memorylayer_index__6f3402d0,prompt_gate_c5e9d207,node_agent_mmd_orchestration_layer_orchestration_reme_359fe98f,node_agent_mmd_llm_model_layer_llmlayer_remediate_run_9e3d4585,node_agent_mmd_tool_layer_toollayer_remediate_runner__c003b871,node_agent_mmd_llm_model_layer_llmlayer_search_search_66b9a911,node_agent_mmd_memory_vector_layer_memorylayer_search_ac35cb7e,node_agent_mmd_orchestration_layer_orchestration_cont_61b3b9c9,node_agent_mmd_llm_model_layer_llmlayer_context_healt_cfc0bfa8,node_agent_mmd_memory_vector_layer_memorylayer_contex_3204aa0e,node_agent_mmd_orchestration_layer_orchestration_comm_1f8cc24c,node_agent_mmd_llm_model_layer_llmlayer_command_specs_782af9fa,node_agent_mmd_memory_vector_layer_memorylayer_comman_111eb454,prompt_gate_command_spec_9a941482,node_agent_mmd_llm_model_layer_llmlayer_constants_con_c9bd3f6c,node_agent_mmd_memory_vector_layer_memorylayer_consta_702d3f46,node_agent_mmd_llm_model_layer_llmlayer_index_index_1_02e160ff,node_agent_mmd_memory_vector_layer_memorylayer_index__752bc61e,node_agent_mmd_llm_model_layer_llmlayer_indexer_index_4f4deef5,node_agent_mmd_memory_vector_layer_memorylayer_indexe_93e6d86f,node_agent_mmd_llm_model_layer_llmlayer_ollama_ollama_968b23fa,node_agent_mmd_memory_vector_layer_memorylayer_ollama_6d51be16,node_agent_mmd_llm_model_layer_llmlayer_sync_contract_9f3cc8c1,node_agent_mmd_memory_vector_layer_memorylayer_sync_c_e43418bc,north_star_validators_cfc926ce,hilt_boundary_9b36fb15,types_10_75e5a4a0,goal_completion_audit_receipt_validation_9d0f4891,goal_completion_audit_receipt_5e4939c3,index_5_522f772a,node_agent_mmd_tool_layer_toollayer_constants_constan_9d71b829,types_17_ed30531c,sensitive_text_7c11f760,pr_template_linked_issue_relationship_a7b61f2c,pr_template_validator_rules_20a32d6b,node_agent_mmd_orchestration_layer_orchestration_prom_d17b4de2,node_agent_mmd_llm_model_layer_llmlayer_prompt_contex_81f9066a,node_agent_mmd_tool_layer_toollayer_prompt_context_dr_a2772f2b,node_agent_mmd_memory_vector_layer_memorylayer_prompt_ae34fc43,node_agent_mmd_orchestration_layer_orchestration_prom_77088997,node_agent_mmd_llm_model_layer_llmlayer_prompt_contex_e5066b88,node_agent_mmd_tool_layer_toollayer_prompt_context_dr_bd82da46,node_agent_mmd_memory_vector_layer_memorylayer_prompt_efd77624,node_agent_mmd_llm_model_layer_llmlayer_prompt_contex_6426acc2,node_agent_mmd_memory_vector_layer_memorylayer_prompt_55c0d605,cli_args_9_9c136878,cli_11_338a8415,sections_4697ef32,types_27_4d134744,validator_7_f836eb0e,cli_args_10_861cdd3f llmNode
+   class node_agent_mmd_orchestration_layer_orchestration_chec_7a9f0b64,node_agent_mmd_llm_model_layer_llmlayer_check_codex_a_29e7b7fa,node_agent_mmd_tool_layer_toollayer_check_codex_agent_4b361d5a,node_agent_mmd_orchestration_layer_orchestration_chec_7fd47f5c,node_agent_mmd_llm_model_layer_llmlayer_check_steerin_0e1bf90d,node_agent_mmd_tool_layer_toollayer_check_steering_fe_eafecf3a,node_agent_mmd_memory_vector_layer_memorylayer_check__64c86928,node_agent_mmd_orchestration_layer_orchestration_run__18817957,node_agent_mmd_llm_model_layer_llmlayer_run_harness_e_603fcfdc,node_agent_mmd_tool_layer_toollayer_run_harness_evals_e2ee24f1,node_agent_mmd_memory_vector_layer_memorylayer_run_ha_5b637d0d,validate_decision_request_2e5c325e,validate_goal_completion_audit_receipt_100d252c,node_agent_mmd_orchestration_layer_orchestration_vali_c01b04be,node_agent_mmd_llm_model_layer_llmlayer_validate_pack_2a12e1f4,node_agent_mmd_tool_layer_toollayer_validate_packaged_2855c827,node_agent_mmd_llm_model_layer_llmlayer_validate_prom_9880f764,node_agent_mmd_memory_vector_layer_memorylayer_valida_c52c4db8,validate_reviewer_coverage_251efee3,node_agent_mmd_llm_model_layer_llmlayer_validate_syst_5636156e,node_agent_mmd_memory_vector_layer_memorylayer_valida_db599a97,check_environment_core_2c16213f,node_agent_mmd_llm_model_layer_llmlayer_context_conte_ad2dfbd9,node_agent_mmd_memory_vector_layer_memorylayer_contex_78ceaaa9,node_agent_mmd_llm_model_layer_llmlayer_index_context_1041bd11,node_agent_mmd_memory_vector_layer_memorylayer_index__6f3402d0,node_agent_mmd_orchestration_layer_orchestration_next_bd28cb25,node_agent_mmd_llm_model_layer_llmlayer_next_prompt_c_bdfb9c8c,node_agent_mmd_memory_vector_layer_memorylayer_next_p_25a3d4ff,node_agent_mmd_orchestration_layer_orchestration_next_2419fcae,node_agent_mmd_llm_model_layer_llmlayer_next_recommen_b2930791,node_agent_mmd_memory_vector_layer_memorylayer_next_r_ef64c9f9,prompt_gate_c5e9d207,node_agent_mmd_orchestration_layer_orchestration_reme_359fe98f,node_agent_mmd_llm_model_layer_llmlayer_remediate_run_9e3d4585,node_agent_mmd_tool_layer_toollayer_remediate_runner__c003b871,node_agent_mmd_llm_model_layer_llmlayer_search_search_66b9a911,node_agent_mmd_memory_vector_layer_memorylayer_search_ac35cb7e,node_agent_mmd_orchestration_layer_orchestration_cont_61b3b9c9,node_agent_mmd_llm_model_layer_llmlayer_context_healt_cfc0bfa8,node_agent_mmd_memory_vector_layer_memorylayer_contex_3204aa0e,node_agent_mmd_orchestration_layer_orchestration_comm_1f8cc24c,node_agent_mmd_llm_model_layer_llmlayer_command_specs_782af9fa,node_agent_mmd_memory_vector_layer_memorylayer_comman_111eb454,pilot_evaluate_command_spec_1084ea72,pilot_rollback_command_spec_4fe69f7d,prompt_gate_command_spec_9a941482,node_agent_mmd_llm_model_layer_llmlayer_constants_con_c9bd3f6c,node_agent_mmd_memory_vector_layer_memorylayer_consta_702d3f46,node_agent_mmd_llm_model_layer_llmlayer_index_index_1_02e160ff,node_agent_mmd_memory_vector_layer_memorylayer_index__752bc61e,node_agent_mmd_llm_model_layer_llmlayer_indexer_index_4f4deef5,node_agent_mmd_memory_vector_layer_memorylayer_indexe_93e6d86f,node_agent_mmd_llm_model_layer_llmlayer_ollama_ollama_968b23fa,node_agent_mmd_memory_vector_layer_memorylayer_ollama_6d51be16,node_agent_mmd_llm_model_layer_llmlayer_sync_contract_9f3cc8c1,node_agent_mmd_memory_vector_layer_memorylayer_sync_c_e43418bc,north_star_validators_cfc926ce,hilt_boundary_9b36fb15,types_10_75e5a4a0,goal_completion_audit_receipt_validation_9d0f4891,goal_completion_audit_receipt_5e4939c3,index_5_522f772a,node_agent_mmd_tool_layer_toollayer_constants_constan_9d71b829,types_18_37582e2a,sensitive_text_7c11f760,pr_template_linked_issue_relationship_a7b61f2c,pr_template_validator_rules_20a32d6b,node_agent_mmd_orchestration_layer_orchestration_prom_d17b4de2,node_agent_mmd_llm_model_layer_llmlayer_prompt_contex_81f9066a,node_agent_mmd_tool_layer_toollayer_prompt_context_dr_a2772f2b,node_agent_mmd_memory_vector_layer_memorylayer_prompt_ae34fc43,node_agent_mmd_orchestration_layer_orchestration_prom_77088997,node_agent_mmd_llm_model_layer_llmlayer_prompt_contex_e5066b88,node_agent_mmd_tool_layer_toollayer_prompt_context_dr_bd82da46,node_agent_mmd_memory_vector_layer_memorylayer_prompt_efd77624,node_agent_mmd_llm_model_layer_llmlayer_prompt_contex_6426acc2,node_agent_mmd_memory_vector_layer_memorylayer_prompt_55c0d605,cli_args_9_9c136878,cli_11_338a8415,sections_4697ef32,types_28_4476fcc6,validator_7_f836eb0e,cli_args_10_861cdd3f llmNode
  classDef toolNode fill:#555,color:#fff
-   class node_agent_mmd_orchestration_layer_orchestration_chec_7a9f0b64,node_agent_mmd_llm_model_layer_llmlayer_check_codex_a_29e7b7fa,node_agent_mmd_tool_layer_toollayer_check_codex_agent_4b361d5a,node_agent_mmd_orchestration_layer_orchestration_chec_7fd47f5c,node_agent_mmd_llm_model_layer_llmlayer_check_steerin_0e1bf90d,node_agent_mmd_tool_layer_toollayer_check_steering_fe_eafecf3a,node_agent_mmd_memory_vector_layer_memorylayer_check__64c86928,check_tooling_baseline_parity_3124b30a,node_agent_mmd_orchestration_layer_orchestration_run__18817957,node_agent_mmd_llm_model_layer_llmlayer_run_harness_e_603fcfdc,node_agent_mmd_tool_layer_toollayer_run_harness_evals_e2ee24f1,node_agent_mmd_memory_vector_layer_memorylayer_run_ha_5b637d0d,validate_action_review_receipt_fa2f06c3,node_agent_mmd_orchestration_layer_orchestration_vali_c01b04be,node_agent_mmd_llm_model_layer_llmlayer_validate_pack_2a12e1f4,node_agent_mmd_tool_layer_toollayer_validate_packaged_2855c827,validate_replay_packet_f309747e,node_agent_mmd_tool_layer_toollayer_ci_migrate_core_c_049f8460,node_agent_mmd_memory_vector_layer_memorylayer_ci_mig_0cd5b1a4,doctor_checks_5a2eb2b9,doctor_github_tool_check_e0a938df,doctor_github_tool_checks_a53b0382,doctor_tool_checks_4acac51a,fleet_plan_repo_ecdc6499,next_blocked_decisions_4140ad2b,policy_gate_213f7313,remediate_cli_output_cc165396,node_agent_mmd_orchestration_layer_orchestration_reme_359fe98f,node_agent_mmd_llm_model_layer_llmlayer_remediate_run_9e3d4585,node_agent_mmd_tool_layer_toollayer_remediate_runner__c003b871,node_agent_mmd_tool_layer_toollayer_review_gate_core__7704598b,node_agent_mmd_memory_vector_layer_memorylayer_review_5bee9816,index_1bc04b52,types_1_4ecdf56e,validation_constants_e002a0f6,validation_98c41dcd,node_agent_mmd_orchestration_layer_orchestration_chec_0550c395,node_agent_mmd_tool_layer_toollayer_checker_checker_2_453d593b,node_agent_mmd_memory_vector_layer_memorylayer_checke_a583eb4f,node_agent_mmd_orchestration_layer_orchestration_shar_724ef5f0,node_agent_mmd_tool_layer_toollayer_shared_state_poli_53734acd,cli_args_1_6144b055,node_agent_mmd_orchestration_layer_orchestration_comm_6e41a7f7,node_agent_mmd_tool_layer_toollayer_command_capabilit_7fe13db1,node_agent_mmd_tool_layer_toollayer_command_capabilit_e97a4615,node_agent_mmd_memory_vector_layer_memorylayer_comman_c72a5d05,linear_command_actions_e430f4f4,node_agent_mmd_orchestration_layer_orchestration_line_b67affd5,node_agent_mmd_tool_layer_toollayer_linear_command_ru_d6763748,node_agent_mmd_orchestration_layer_orchestration_poli_3270b55d,node_agent_mmd_tool_layer_toollayer_policy_validators_af136abf,node_agent_mmd_memory_vector_layer_memorylayer_policy_1944de42,shared_state_action_validator_e7b128cd,node_agent_mmd_orchestration_layer_orchestration_type_7cf81261,node_agent_mmd_tool_layer_toollayer_types_core_types__6c8319b6,node_agent_mmd_memory_vector_layer_memorylayer_types__83f369fa,node_agent_mmd_orchestration_layer_orchestration_vali_d9fe99e6,node_agent_mmd_tool_layer_toollayer_validator_core_va_6ef6131f,node_agent_mmd_memory_vector_layer_memorylayer_valida_41034356,validator_helpers_7b927667,node_agent_mmd_orchestration_layer_orchestration_he_p_fc778c24,node_agent_mmd_tool_layer_toollayer_he_phase_exit_cor_af016160,environment_runtime_3206f0a8,observed_skill_usage_ed7d5930,closure_evidence_aaa31467,pr_creator_dc6b1ea4,client_948fe603,init_output_360dce91,scaffold_ci_templates_2afd6392,scaffold_codex_environment_templates_334fbbed,scaffold_config_templates_4b80ce53,node_agent_mmd_orchestration_layer_orchestration_scaf_c9a90c2f,node_agent_mmd_tool_layer_toollayer_scaffold_environm_c1afc013,node_agent_mmd_memory_vector_layer_memorylayer_scaffo_12b42341,scaffold_github_actions_pr_pipeline_renderer_1ee18de5,scaffold_github_actions_pr_pipeline_template_e2b85f62,scaffold_package_command_template_80e32e83,scaffold_release_private_npm_template_075499f8,node_agent_mmd_llm_model_layer_llmlayer_constants_con_c9bd3f6c,node_agent_mmd_tool_layer_toollayer_constants_constan_9d71b829,index_9_32dd4d91,validation_common_6161e48b,node_agent_mmd_tool_layer_toollayer_cli_cli_2_1_32d9eeaf,node_agent_mmd_memory_vector_layer_memorylayer_cli_cl_1f1f89ab,node_agent_mmd_tool_layer_toollayer_metrics_tracker_m_4c9237d8,node_agent_mmd_memory_vector_layer_memorylayer_metric_12562178,normalise_renderer_85f2e563,evaluation_engine_core_e054fe49,node_agent_mmd_orchestration_layer_orchestration_tool_cc43149f,node_agent_mmd_tool_layer_toollayer_tooling_baseline__61e66e9f,node_agent_mmd_memory_vector_layer_memorylayer_toolin_14f86b00,node_agent_mmd_orchestration_layer_orchestration_prom_d17b4de2,node_agent_mmd_llm_model_layer_llmlayer_prompt_contex_81f9066a,node_agent_mmd_tool_layer_toollayer_prompt_context_dr_a2772f2b,node_agent_mmd_memory_vector_layer_memorylayer_prompt_ae34fc43,node_agent_mmd_orchestration_layer_orchestration_prom_77088997,node_agent_mmd_llm_model_layer_llmlayer_prompt_contex_e5066b88,node_agent_mmd_tool_layer_toollayer_prompt_context_dr_bd82da46,node_agent_mmd_memory_vector_layer_memorylayer_prompt_efd77624,replay_packet_a1293f88,index_14_d982116c,review_lifecycle_contract_e5447221,review_lifecycle_89afa64c,node_agent_mmd_tool_layer_toollayer_runtime_card_code_3636ceac,node_agent_mmd_memory_vector_layer_memorylayer_runtim_a5d23e7f,runtime_card_codex_runtime_0655e230,runtime_evidence_bundle_d471a232,types_36_674380ec,index_17_642943a2,projection_1b250ea1,types_38_e8efcd57,validation_7_c4e6d8b6 toolNode
+   class node_agent_mmd_orchestration_layer_orchestration_chec_7a9f0b64,node_agent_mmd_llm_model_layer_llmlayer_check_codex_a_29e7b7fa,node_agent_mmd_tool_layer_toollayer_check_codex_agent_4b361d5a,node_agent_mmd_orchestration_layer_orchestration_chec_7fd47f5c,node_agent_mmd_llm_model_layer_llmlayer_check_steerin_0e1bf90d,node_agent_mmd_tool_layer_toollayer_check_steering_fe_eafecf3a,node_agent_mmd_memory_vector_layer_memorylayer_check__64c86928,check_tooling_baseline_parity_3124b30a,node_agent_mmd_orchestration_layer_orchestration_run__18817957,node_agent_mmd_llm_model_layer_llmlayer_run_harness_e_603fcfdc,node_agent_mmd_tool_layer_toollayer_run_harness_evals_e2ee24f1,node_agent_mmd_memory_vector_layer_memorylayer_run_ha_5b637d0d,validate_action_review_receipt_fa2f06c3,node_agent_mmd_orchestration_layer_orchestration_vali_c01b04be,node_agent_mmd_llm_model_layer_llmlayer_validate_pack_2a12e1f4,node_agent_mmd_tool_layer_toollayer_validate_packaged_2855c827,validate_replay_packet_f309747e,node_agent_mmd_tool_layer_toollayer_ci_migrate_core_c_049f8460,node_agent_mmd_memory_vector_layer_memorylayer_ci_mig_0cd5b1a4,doctor_checks_5a2eb2b9,doctor_github_tool_check_e0a938df,doctor_github_tool_checks_a53b0382,doctor_tool_checks_4acac51a,fleet_plan_repo_ecdc6499,next_blocked_decisions_4140ad2b,next_pr_closeout_contract_af31d30a,policy_gate_213f7313,remediate_cli_output_cc165396,node_agent_mmd_orchestration_layer_orchestration_reme_359fe98f,node_agent_mmd_llm_model_layer_llmlayer_remediate_run_9e3d4585,node_agent_mmd_tool_layer_toollayer_remediate_runner__c003b871,node_agent_mmd_tool_layer_toollayer_review_gate_core__7704598b,node_agent_mmd_memory_vector_layer_memorylayer_review_5bee9816,index_1bc04b52,types_1_4ecdf56e,validation_constants_e002a0f6,validation_98c41dcd,node_agent_mmd_orchestration_layer_orchestration_chec_0550c395,node_agent_mmd_tool_layer_toollayer_checker_checker_2_453d593b,node_agent_mmd_memory_vector_layer_memorylayer_checke_a583eb4f,node_agent_mmd_orchestration_layer_orchestration_shar_724ef5f0,node_agent_mmd_tool_layer_toollayer_shared_state_poli_53734acd,cli_args_1_6144b055,node_agent_mmd_orchestration_layer_orchestration_comm_6e41a7f7,node_agent_mmd_tool_layer_toollayer_command_capabilit_7fe13db1,node_agent_mmd_tool_layer_toollayer_command_capabilit_e97a4615,node_agent_mmd_memory_vector_layer_memorylayer_comman_c72a5d05,linear_command_actions_e430f4f4,node_agent_mmd_orchestration_layer_orchestration_line_b67affd5,node_agent_mmd_tool_layer_toollayer_linear_command_ru_d6763748,node_agent_mmd_orchestration_layer_orchestration_poli_3270b55d,node_agent_mmd_tool_layer_toollayer_policy_validators_af136abf,node_agent_mmd_memory_vector_layer_memorylayer_policy_1944de42,shared_state_action_validator_e7b128cd,node_agent_mmd_orchestration_layer_orchestration_type_7cf81261,node_agent_mmd_tool_layer_toollayer_types_core_types__6c8319b6,node_agent_mmd_memory_vector_layer_memorylayer_types__83f369fa,node_agent_mmd_orchestration_layer_orchestration_vali_d9fe99e6,node_agent_mmd_tool_layer_toollayer_validator_core_va_6ef6131f,node_agent_mmd_memory_vector_layer_memorylayer_valida_41034356,validator_helpers_7b927667,node_agent_mmd_orchestration_layer_orchestration_he_p_fc778c24,node_agent_mmd_tool_layer_toollayer_he_phase_exit_cor_af016160,environment_runtime_3206f0a8,observed_skill_usage_ed7d5930,closure_evidence_aaa31467,pr_creator_dc6b1ea4,client_948fe603,init_output_360dce91,scaffold_ci_templates_2afd6392,scaffold_codex_environment_templates_334fbbed,scaffold_config_templates_4b80ce53,node_agent_mmd_orchestration_layer_orchestration_scaf_c9a90c2f,node_agent_mmd_tool_layer_toollayer_scaffold_environm_c1afc013,node_agent_mmd_memory_vector_layer_memorylayer_scaffo_12b42341,scaffold_github_actions_pr_pipeline_renderer_1ee18de5,scaffold_github_actions_pr_pipeline_template_e2b85f62,scaffold_package_command_template_80e32e83,scaffold_release_private_npm_template_075499f8,node_agent_mmd_llm_model_layer_llmlayer_constants_con_c9bd3f6c,node_agent_mmd_tool_layer_toollayer_constants_constan_9d71b829,index_9_32dd4d91,validation_common_6161e48b,node_agent_mmd_tool_layer_toollayer_cli_cli_2_1_32d9eeaf,node_agent_mmd_memory_vector_layer_memorylayer_cli_cl_1f1f89ab,node_agent_mmd_tool_layer_toollayer_metrics_tracker_m_4c9237d8,node_agent_mmd_memory_vector_layer_memorylayer_metric_12562178,normalise_renderer_85f2e563,evaluation_engine_core_e054fe49,node_agent_mmd_orchestration_layer_orchestration_tool_cc43149f,node_agent_mmd_tool_layer_toollayer_tooling_baseline__61e66e9f,node_agent_mmd_memory_vector_layer_memorylayer_toolin_14f86b00,node_agent_mmd_orchestration_layer_orchestration_prom_d17b4de2,node_agent_mmd_llm_model_layer_llmlayer_prompt_contex_81f9066a,node_agent_mmd_tool_layer_toollayer_prompt_context_dr_a2772f2b,node_agent_mmd_memory_vector_layer_memorylayer_prompt_ae34fc43,node_agent_mmd_orchestration_layer_orchestration_prom_77088997,node_agent_mmd_llm_model_layer_llmlayer_prompt_contex_e5066b88,node_agent_mmd_tool_layer_toollayer_prompt_context_dr_bd82da46,node_agent_mmd_memory_vector_layer_memorylayer_prompt_efd77624,replay_packet_a1293f88,index_14_d982116c,review_lifecycle_contract_e5447221,review_lifecycle_89afa64c,node_agent_mmd_tool_layer_toollayer_runtime_card_code_3636ceac,node_agent_mmd_memory_vector_layer_memorylayer_runtim_a5d23e7f,runtime_card_codex_runtime_0655e230,runtime_evidence_bundle_d471a232,types_37_32ccf9f9,index_17_642943a2,projection_1b250ea1,types_39_d07de160,validation_8_b9fa10af toolNode
  classDef memNode fill:#555,color:#fff
-   class node_agent_mmd_orchestration_layer_orchestration_chec_7fd47f5c,node_agent_mmd_llm_model_layer_llmlayer_check_steerin_0e1bf90d,node_agent_mmd_tool_layer_toollayer_check_steering_fe_eafecf3a,node_agent_mmd_memory_vector_layer_memorylayer_check__64c86928,normalize_workflow_contracts_8701f1c8,node_agent_mmd_orchestration_layer_orchestration_run__18817957,node_agent_mmd_llm_model_layer_llmlayer_run_harness_e_603fcfdc,node_agent_mmd_tool_layer_toollayer_run_harness_evals_e2ee24f1,node_agent_mmd_memory_vector_layer_memorylayer_run_ha_5b637d0d,sync_codex_preflight_7e7a8dc2,test_harness_upgrade_matrix_84113c4e,node_agent_mmd_llm_model_layer_llmlayer_validate_prom_9880f764,node_agent_mmd_memory_vector_layer_memorylayer_valida_c52c4db8,validate_runtime_packet_schemas_bc3ba8ec,node_agent_mmd_llm_model_layer_llmlayer_validate_syst_5636156e,node_agent_mmd_memory_vector_layer_memorylayer_valida_db599a97,validate_workflow_contracts_33dc063c,branch_protect_core_a8feb0fd,node_agent_mmd_tool_layer_toollayer_ci_migrate_core_c_049f8460,node_agent_mmd_memory_vector_layer_memorylayer_ci_mig_0cd5b1a4,context_health_80bb7da9,node_agent_mmd_llm_model_layer_llmlayer_context_conte_ad2dfbd9,node_agent_mmd_memory_vector_layer_memorylayer_contex_78ceaaa9,docs_gate_classification_2f51c90b,docs_gate_types_d285abb6,node_agent_mmd_llm_model_layer_llmlayer_index_context_1041bd11,node_agent_mmd_memory_vector_layer_memorylayer_index__6f3402d0,local_memory_preflight_dcc36c42,memory_gate_a577a506,node_agent_mmd_orchestration_layer_orchestration_next_5393fba1,node_agent_mmd_memory_vector_layer_memorylayer_next_r_7feb80cc,pattern_scope_siblings_43abe000,review_context_ca6cf81d,node_agent_mmd_tool_layer_toollayer_review_gate_core__7704598b,node_agent_mmd_memory_vector_layer_memorylayer_review_5bee9816,node_agent_mmd_llm_model_layer_llmlayer_search_search_66b9a911,node_agent_mmd_memory_vector_layer_memorylayer_search_ac35cb7e,session_context_e5ec72c0,node_agent_mmd_orchestration_layer_orchestration_tool_acfe0c01,node_agent_mmd_memory_vector_layer_memorylayer_toolin_a1185b8f,run_local_memory_preflight_36e92808,node_agent_mmd_orchestration_layer_orchestration_chec_0550c395,node_agent_mmd_tool_layer_toollayer_checker_checker_2_453d593b,node_agent_mmd_memory_vector_layer_memorylayer_checke_a583eb4f,node_agent_mmd_orchestration_layer_orchestration_cont_61b3b9c9,node_agent_mmd_llm_model_layer_llmlayer_context_healt_cfc0bfa8,node_agent_mmd_memory_vector_layer_memorylayer_contex_3204aa0e,node_agent_mmd_orchestration_layer_orchestration_type_4f906dcc,node_agent_mmd_memory_vector_layer_memorylayer_types__9ad640a0,branch_protect_sync_570adb18,node_agent_mmd_tool_layer_toollayer_command_capabilit_e97a4615,node_agent_mmd_memory_vector_layer_memorylayer_comman_c72a5d05,node_agent_mmd_orchestration_layer_orchestration_comm_1f8cc24c,node_agent_mmd_llm_model_layer_llmlayer_command_specs_782af9fa,node_agent_mmd_memory_vector_layer_memorylayer_comman_111eb454,local_memory_preflight_command_spec_9e23f3ce,memory_gate_command_spec_dc9001a9,review_gate_command_spec_3187376a,session_context_command_spec_973afbb1,node_agent_mmd_llm_model_layer_llmlayer_constants_con_c9bd3f6c,node_agent_mmd_memory_vector_layer_memorylayer_consta_702d3f46,context_compact_policy_3dcaf95d,node_agent_mmd_llm_model_layer_llmlayer_index_index_1_02e160ff,node_agent_mmd_memory_vector_layer_memorylayer_index__752bc61e,node_agent_mmd_llm_model_layer_llmlayer_indexer_index_4f4deef5,node_agent_mmd_memory_vector_layer_memorylayer_indexe_93e6d86f,init_error_5c7dd49f,lexical_fallback_723e2b3e,node_agent_mmd_llm_model_layer_llmlayer_ollama_ollama_968b23fa,node_agent_mmd_memory_vector_layer_memorylayer_ollama_6d51be16,rollout_a4fa034c,sources_878a52fc,store_824d80d7,node_agent_mmd_llm_model_layer_llmlayer_sync_contract_9f3cc8c1,node_agent_mmd_memory_vector_layer_memorylayer_sync_c_e43418bc,types_8_f6283648,harness_run_context_ac7c77a9,index_4_013aa0e3,json_schema_core_96d7e328,node_agent_mmd_orchestration_layer_orchestration_poli_3270b55d,node_agent_mmd_tool_layer_toollayer_policy_validators_af136abf,node_agent_mmd_memory_vector_layer_memorylayer_policy_1944de42,node_agent_mmd_orchestration_layer_orchestration_type_7cf81261,node_agent_mmd_tool_layer_toollayer_types_core_types__6c8319b6,node_agent_mmd_memory_vector_layer_memorylayer_types__83f369fa,node_agent_mmd_orchestration_layer_orchestration_vali_d9fe99e6,node_agent_mmd_tool_layer_toollayer_validator_core_va_6ef6131f,node_agent_mmd_memory_vector_layer_memorylayer_valida_41034356,archive_candidates_scanner_d0931789,archive_candidates_dc0e40e1,docs_task_eval_contract_79347457,docs_task_eval_fixtures_44902755,node_agent_mmd_orchestration_layer_orchestration_init_2a9c3ecb,node_agent_mmd_memory_vector_layer_memorylayer_init_m_333d02c5,node_agent_mmd_orchestration_layer_orchestration_proj_6ab6f60f,node_agent_mmd_memory_vector_layer_memorylayer_projec_3ae304d9,scaffold_diagram_templates_dd88e83c,node_agent_mmd_orchestration_layer_orchestration_scaf_12cc07db,node_agent_mmd_memory_vector_layer_memorylayer_scaffo_5fd73b94,node_agent_mmd_orchestration_layer_orchestration_scaf_c9a90c2f,node_agent_mmd_tool_layer_toollayer_scaffold_environm_c1afc013,node_agent_mmd_memory_vector_layer_memorylayer_scaffo_12b42341,scaffold_hook_templates_8c74ab50,scaffold_root_command_templates_404fed7f,scaffold_script_template_registry_69312d4e,scaffold_shell_templates_0ad0f915,scaffold_surfaces_12d6494e,node_agent_mmd_orchestration_layer_orchestration_scaf_ff8f92f6,node_agent_mmd_memory_vector_layer_memorylayer_scaffo_a86eece1,scaffold_workflow_template_92310587,eval_seed_5699fd3e,index_10_f6785a46,review_context_1_e3afed15,memory_gate_1_265164ac,branch_enforcer_acb749cd,cli_args_5_09ea29f0,node_agent_mmd_tool_layer_toollayer_cli_cli_2_1_32d9eeaf,node_agent_mmd_memory_vector_layer_memorylayer_cli_cl_1f1f89ab,node_agent_mmd_tool_layer_toollayer_metrics_tracker_m_4c9237d8,node_agent_mmd_memory_vector_layer_memorylayer_metric_12562178,types_19_eb4ad5f0,validator_5_b19ac2be,node_agent_mmd_orchestration_layer_orchestration_clas_899b821a,node_agent_mmd_memory_vector_layer_memorylayer_classi_1ebbf5ff,node_agent_mmd_orchestration_layer_orchestration_tool_cc43149f,node_agent_mmd_tool_layer_toollayer_tooling_baseline__61e66e9f,node_agent_mmd_memory_vector_layer_memorylayer_toolin_14f86b00,claim_helpers_20dc8387,types_24_c63dc1a7,local_memory_smoke_1175abfc,local_memory_0db17ecc,performance_overload_c685bfcf,node_agent_mmd_orchestration_layer_orchestration_sugg_85c5ebe3,node_agent_mmd_memory_vector_layer_memorylayer_sugges_267f408d,node_agent_mmd_orchestration_layer_orchestration_prom_d17b4de2,node_agent_mmd_llm_model_layer_llmlayer_prompt_contex_81f9066a,node_agent_mmd_tool_layer_toollayer_prompt_context_dr_a2772f2b,node_agent_mmd_memory_vector_layer_memorylayer_prompt_ae34fc43,node_agent_mmd_orchestration_layer_orchestration_prom_77088997,node_agent_mmd_llm_model_layer_llmlayer_prompt_contex_e5066b88,node_agent_mmd_tool_layer_toollayer_prompt_context_dr_bd82da46,node_agent_mmd_memory_vector_layer_memorylayer_prompt_efd77624,node_agent_mmd_llm_model_layer_llmlayer_prompt_contex_6426acc2,node_agent_mmd_memory_vector_layer_memorylayer_prompt_55c0d605,types_31_eb363e20,policy_1_fc4198db,node_agent_mmd_tool_layer_toollayer_runtime_card_code_3636ceac,node_agent_mmd_memory_vector_layer_memorylayer_runtim_a5d23e7f,cli_12_01c06c37,collector_0736fd5b,types_34_85e6a0bb,overload_guard_2748c559 memNode
+   class node_agent_mmd_orchestration_layer_orchestration_chec_7fd47f5c,node_agent_mmd_llm_model_layer_llmlayer_check_steerin_0e1bf90d,node_agent_mmd_tool_layer_toollayer_check_steering_fe_eafecf3a,node_agent_mmd_memory_vector_layer_memorylayer_check__64c86928,normalize_workflow_contracts_8701f1c8,node_agent_mmd_orchestration_layer_orchestration_run__18817957,node_agent_mmd_llm_model_layer_llmlayer_run_harness_e_603fcfdc,node_agent_mmd_tool_layer_toollayer_run_harness_evals_e2ee24f1,node_agent_mmd_memory_vector_layer_memorylayer_run_ha_5b637d0d,sync_codex_preflight_7e7a8dc2,test_harness_upgrade_matrix_84113c4e,node_agent_mmd_llm_model_layer_llmlayer_validate_prom_9880f764,node_agent_mmd_memory_vector_layer_memorylayer_valida_c52c4db8,validate_runtime_packet_schemas_bc3ba8ec,node_agent_mmd_llm_model_layer_llmlayer_validate_syst_5636156e,node_agent_mmd_memory_vector_layer_memorylayer_valida_db599a97,validate_workflow_contracts_33dc063c,branch_protect_core_a8feb0fd,node_agent_mmd_tool_layer_toollayer_ci_migrate_core_c_049f8460,node_agent_mmd_memory_vector_layer_memorylayer_ci_mig_0cd5b1a4,context_health_80bb7da9,node_agent_mmd_llm_model_layer_llmlayer_context_conte_ad2dfbd9,node_agent_mmd_memory_vector_layer_memorylayer_contex_78ceaaa9,docs_gate_classification_2f51c90b,docs_gate_types_d285abb6,node_agent_mmd_llm_model_layer_llmlayer_index_context_1041bd11,node_agent_mmd_memory_vector_layer_memorylayer_index__6f3402d0,local_memory_preflight_dcc36c42,memory_gate_a577a506,node_agent_mmd_orchestration_layer_orchestration_next_bd28cb25,node_agent_mmd_llm_model_layer_llmlayer_next_prompt_c_bdfb9c8c,node_agent_mmd_memory_vector_layer_memorylayer_next_p_25a3d4ff,node_agent_mmd_orchestration_layer_orchestration_next_2419fcae,node_agent_mmd_llm_model_layer_llmlayer_next_recommen_b2930791,node_agent_mmd_memory_vector_layer_memorylayer_next_r_ef64c9f9,node_agent_mmd_orchestration_layer_orchestration_next_5393fba1,node_agent_mmd_memory_vector_layer_memorylayer_next_r_7feb80cc,pattern_scope_siblings_43abe000,review_context_ca6cf81d,node_agent_mmd_tool_layer_toollayer_review_gate_core__7704598b,node_agent_mmd_memory_vector_layer_memorylayer_review_5bee9816,node_agent_mmd_llm_model_layer_llmlayer_search_search_66b9a911,node_agent_mmd_memory_vector_layer_memorylayer_search_ac35cb7e,session_context_e5ec72c0,node_agent_mmd_orchestration_layer_orchestration_tool_acfe0c01,node_agent_mmd_memory_vector_layer_memorylayer_toolin_a1185b8f,run_local_memory_preflight_36e92808,node_agent_mmd_orchestration_layer_orchestration_chec_0550c395,node_agent_mmd_tool_layer_toollayer_checker_checker_2_453d593b,node_agent_mmd_memory_vector_layer_memorylayer_checke_a583eb4f,node_agent_mmd_orchestration_layer_orchestration_cont_61b3b9c9,node_agent_mmd_llm_model_layer_llmlayer_context_healt_cfc0bfa8,node_agent_mmd_memory_vector_layer_memorylayer_contex_3204aa0e,node_agent_mmd_orchestration_layer_orchestration_type_4f906dcc,node_agent_mmd_memory_vector_layer_memorylayer_types__9ad640a0,branch_protect_sync_570adb18,node_agent_mmd_tool_layer_toollayer_command_capabilit_e97a4615,node_agent_mmd_memory_vector_layer_memorylayer_comman_c72a5d05,node_agent_mmd_orchestration_layer_orchestration_comm_1f8cc24c,node_agent_mmd_llm_model_layer_llmlayer_command_specs_782af9fa,node_agent_mmd_memory_vector_layer_memorylayer_comman_111eb454,local_memory_preflight_command_spec_9e23f3ce,memory_gate_command_spec_dc9001a9,review_gate_command_spec_3187376a,session_context_command_spec_973afbb1,node_agent_mmd_llm_model_layer_llmlayer_constants_con_c9bd3f6c,node_agent_mmd_memory_vector_layer_memorylayer_consta_702d3f46,context_compact_policy_3dcaf95d,node_agent_mmd_llm_model_layer_llmlayer_index_index_1_02e160ff,node_agent_mmd_memory_vector_layer_memorylayer_index__752bc61e,node_agent_mmd_llm_model_layer_llmlayer_indexer_index_4f4deef5,node_agent_mmd_memory_vector_layer_memorylayer_indexe_93e6d86f,init_error_5c7dd49f,lexical_fallback_723e2b3e,node_agent_mmd_llm_model_layer_llmlayer_ollama_ollama_968b23fa,node_agent_mmd_memory_vector_layer_memorylayer_ollama_6d51be16,rollout_a4fa034c,sources_878a52fc,store_824d80d7,node_agent_mmd_llm_model_layer_llmlayer_sync_contract_9f3cc8c1,node_agent_mmd_memory_vector_layer_memorylayer_sync_c_e43418bc,types_8_f6283648,harness_run_context_ac7c77a9,index_4_013aa0e3,json_schema_core_96d7e328,node_agent_mmd_orchestration_layer_orchestration_poli_3270b55d,node_agent_mmd_tool_layer_toollayer_policy_validators_af136abf,node_agent_mmd_memory_vector_layer_memorylayer_policy_1944de42,node_agent_mmd_orchestration_layer_orchestration_type_7cf81261,node_agent_mmd_tool_layer_toollayer_types_core_types__6c8319b6,node_agent_mmd_memory_vector_layer_memorylayer_types__83f369fa,node_agent_mmd_orchestration_layer_orchestration_vali_d9fe99e6,node_agent_mmd_tool_layer_toollayer_validator_core_va_6ef6131f,node_agent_mmd_memory_vector_layer_memorylayer_valida_41034356,archive_candidates_scanner_d0931789,archive_candidates_dc0e40e1,docs_task_eval_contract_79347457,docs_task_eval_fixtures_44902755,node_agent_mmd_orchestration_layer_orchestration_init_2a9c3ecb,node_agent_mmd_memory_vector_layer_memorylayer_init_m_333d02c5,node_agent_mmd_orchestration_layer_orchestration_proj_6ab6f60f,node_agent_mmd_memory_vector_layer_memorylayer_projec_3ae304d9,scaffold_diagram_templates_dd88e83c,node_agent_mmd_orchestration_layer_orchestration_scaf_12cc07db,node_agent_mmd_memory_vector_layer_memorylayer_scaffo_5fd73b94,node_agent_mmd_orchestration_layer_orchestration_scaf_c9a90c2f,node_agent_mmd_tool_layer_toollayer_scaffold_environm_c1afc013,node_agent_mmd_memory_vector_layer_memorylayer_scaffo_12b42341,scaffold_hook_templates_8c74ab50,scaffold_root_command_templates_404fed7f,scaffold_script_template_registry_69312d4e,scaffold_shell_templates_0ad0f915,scaffold_surfaces_12d6494e,node_agent_mmd_orchestration_layer_orchestration_scaf_ff8f92f6,node_agent_mmd_memory_vector_layer_memorylayer_scaffo_a86eece1,scaffold_workflow_template_92310587,eval_seed_5699fd3e,index_10_f6785a46,review_context_1_e3afed15,memory_gate_1_265164ac,branch_enforcer_acb749cd,cli_args_5_09ea29f0,node_agent_mmd_tool_layer_toollayer_cli_cli_2_1_32d9eeaf,node_agent_mmd_memory_vector_layer_memorylayer_cli_cl_1f1f89ab,node_agent_mmd_tool_layer_toollayer_metrics_tracker_m_4c9237d8,node_agent_mmd_memory_vector_layer_memorylayer_metric_12562178,types_20_071a0112,validator_5_b19ac2be,node_agent_mmd_orchestration_layer_orchestration_clas_899b821a,node_agent_mmd_memory_vector_layer_memorylayer_classi_1ebbf5ff,node_agent_mmd_orchestration_layer_orchestration_tool_cc43149f,node_agent_mmd_tool_layer_toollayer_tooling_baseline__61e66e9f,node_agent_mmd_memory_vector_layer_memorylayer_toolin_14f86b00,claim_helpers_20dc8387,types_25_89d086aa,local_memory_smoke_1175abfc,local_memory_0db17ecc,performance_overload_c685bfcf,node_agent_mmd_orchestration_layer_orchestration_sugg_85c5ebe3,node_agent_mmd_memory_vector_layer_memorylayer_sugges_267f408d,node_agent_mmd_orchestration_layer_orchestration_prom_d17b4de2,node_agent_mmd_llm_model_layer_llmlayer_prompt_contex_81f9066a,node_agent_mmd_tool_layer_toollayer_prompt_context_dr_a2772f2b,node_agent_mmd_memory_vector_layer_memorylayer_prompt_ae34fc43,node_agent_mmd_orchestration_layer_orchestration_prom_77088997,node_agent_mmd_llm_model_layer_llmlayer_prompt_contex_e5066b88,node_agent_mmd_tool_layer_toollayer_prompt_context_dr_bd82da46,node_agent_mmd_memory_vector_layer_memorylayer_prompt_efd77624,node_agent_mmd_llm_model_layer_llmlayer_prompt_contex_6426acc2,node_agent_mmd_memory_vector_layer_memorylayer_prompt_55c0d605,types_32_bfe791ff,policy_1_fc4198db,node_agent_mmd_tool_layer_toollayer_runtime_card_code_3636ceac,node_agent_mmd_memory_vector_layer_memorylayer_runtim_a5d23e7f,cli_12_01c06c37,collector_0736fd5b,types_35_93e66c64,overload_guard_2748c559 memNode
